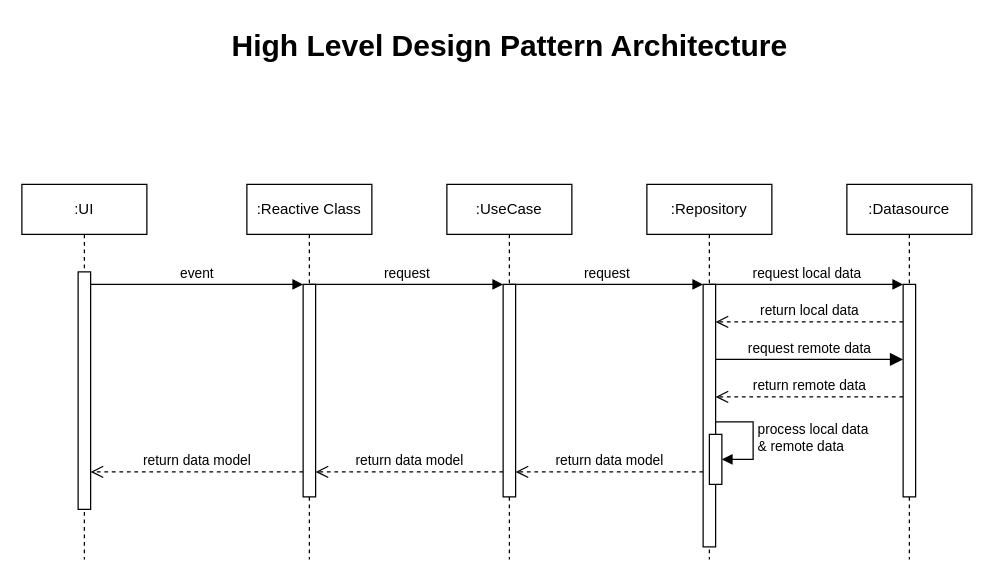
The draw.io diagram Best Practice/Application Sequence Diagram.drawio in fadlurahmanfdev/draw_io, before the edit. Source tidied: cells renumbered, new cells numbered last; positions are measured from the earlier drawing's top-left corner, leaving out a move shared by most shapes. Both pictures are drawn from the tidied source at 125%, with x=0, y=0 at pixel (21, 21).
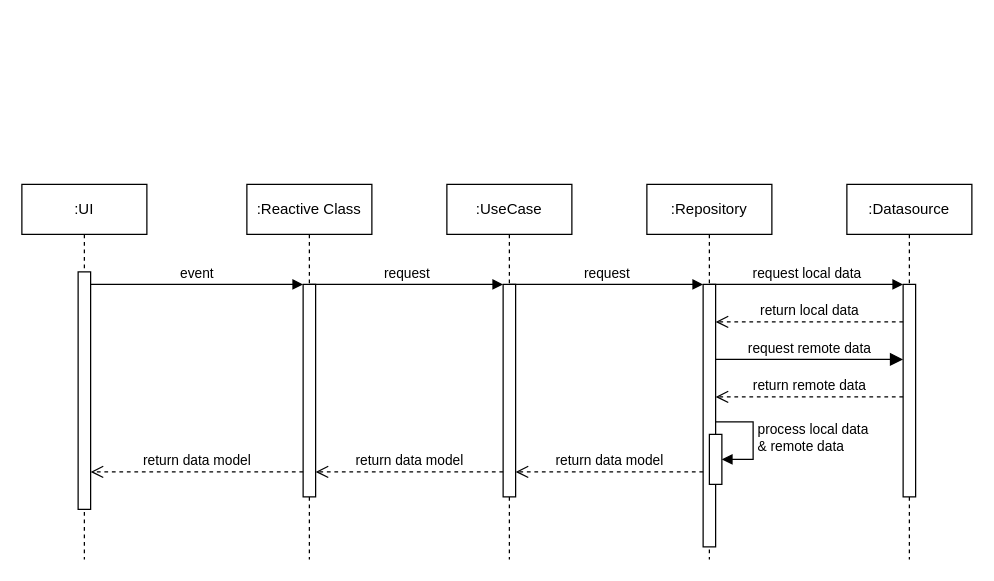
After the change.

The edit, as a diff of the source:
```diff
@@
-    <mxCell id="24" value="High Level Design Pattern Architecture" style="text;strokeColor=none;fillColor=none;html=1;fontSize=24;fontStyle=1;verticalAlign=middle;align=center;" parent="1" vertex="1">
-      <mxGeometry x="340" width="100" height="40" as="geometry" />
-    </mxCell>
```
